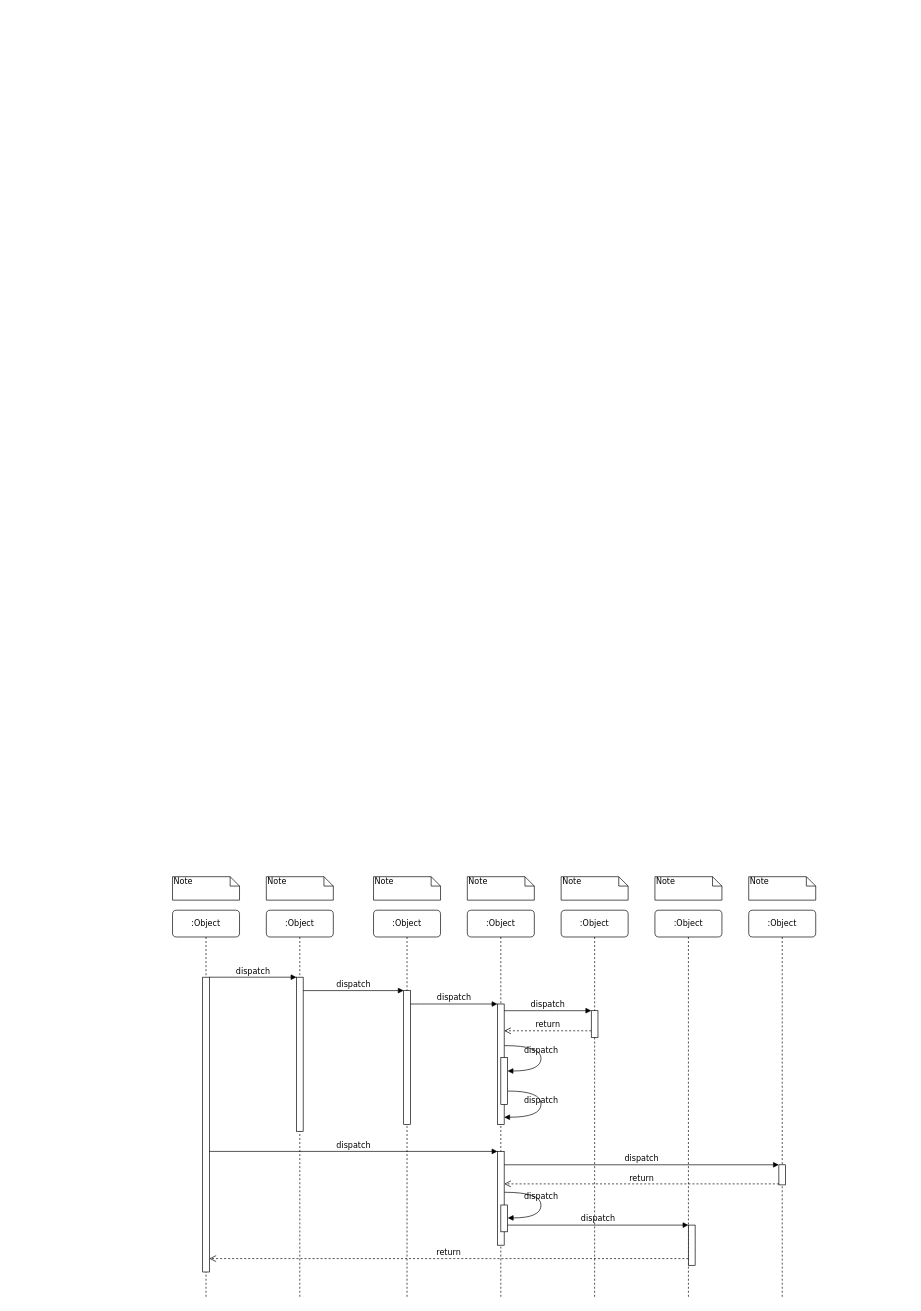
Before: login.drawio in RollwayBourne/draw, a draw.io diagram. Source tidied: cells renumbered, new cells numbered last; positions are measured from the earlier drawing's top-left corner, leaving out a move shared by most shapes. Both pictures are drawn from the tidied source at 67%, with x=0, y=0 at pixel (172, 876).
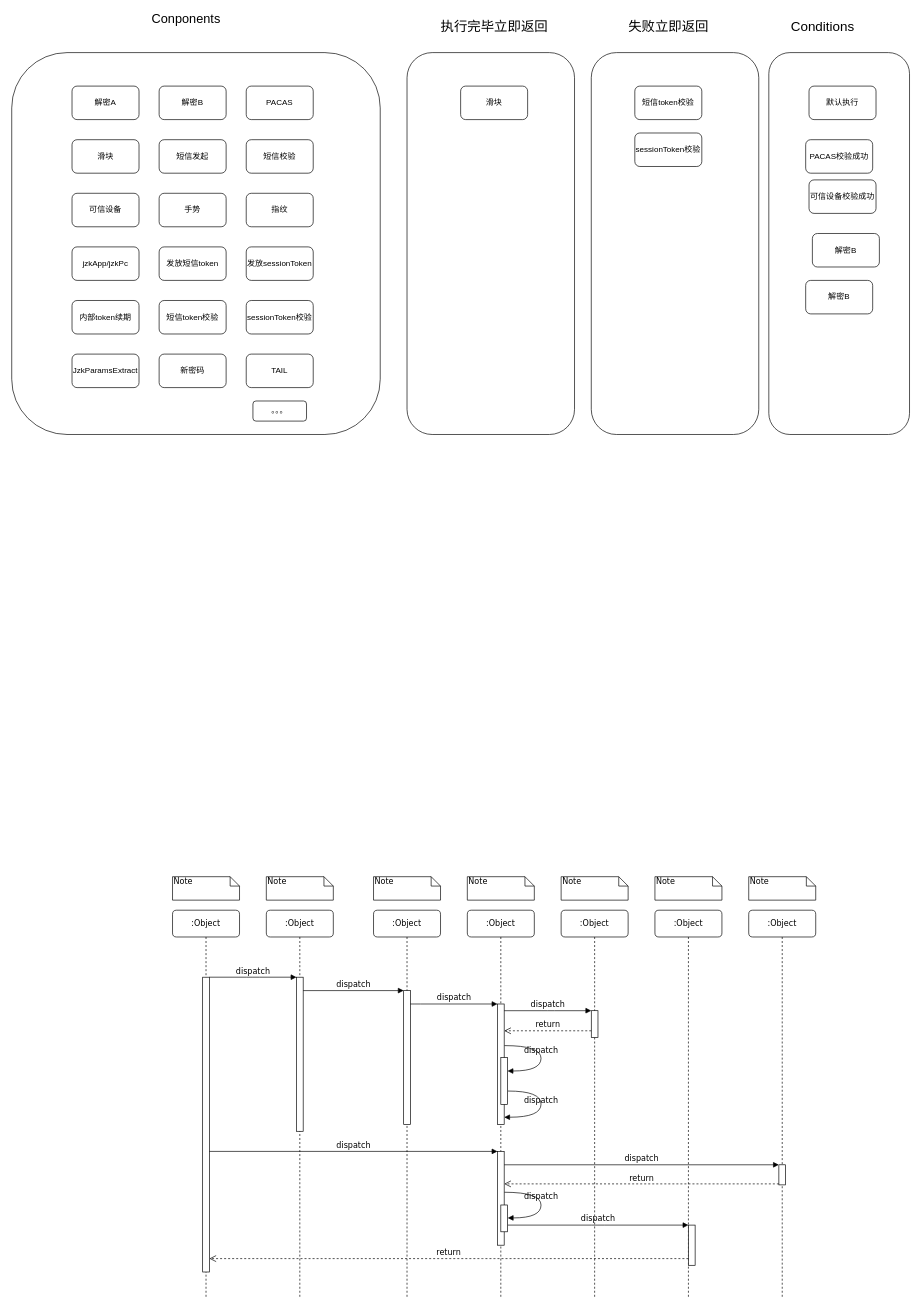
Above is the later version.

Change to the diagram source:
```diff
@@
+    <mxCell id="39" style="rounded=1;whiteSpace=wrap;html=1;" parent="1" vertex="1">
+      <mxGeometry x="-240" y="-1230" width="550" height="570" as="geometry" />
+    </mxCell>
+    <mxCell id="40" value="解密A" style="rounded=1;whiteSpace=wrap;html=1;" parent="1" vertex="1">
+      <mxGeometry x="-150" y="-1180" width="100" height="50" as="geometry" />
+    </mxCell>
+    <mxCell id="41" value="短信校验" style="rounded=1;whiteSpace=wrap;html=1;" parent="1" vertex="1">
+      <mxGeometry x="110" y="-1100" width="100" height="50" as="geometry" />
+    </mxCell>
+    <mxCell id="42" value="滑块" style="rounded=1;whiteSpace=wrap;html=1;" parent="1" vertex="1">
+      <mxGeometry x="-150" y="-1100" width="100" height="50" as="geometry" />
+    </mxCell>
+    <mxCell id="43" value="解密B" style="rounded=1;whiteSpace=wrap;html=1;" parent="1" vertex="1">
+      <mxGeometry x="-20" y="-1180" width="100" height="50" as="geometry" />
+    </mxCell>
+    <mxCell id="44" value="PACAS" style="rounded=1;whiteSpace=wrap;html=1;" parent="1" vertex="1">
+      <mxGeometry x="110" y="-1180" width="100" height="50" as="geometry" />
+    </mxCell>
+    <mxCell id="45" value="jzkApp/jzkPc" style="rounded=1;whiteSpace=wrap;html=1;" parent="1" vertex="1">
+      <mxGeometry x="-150" y="-940" width="100" height="50" as="geometry" />
+    </mxCell>
+    <mxCell id="46" value="指纹" style="rounded=1;whiteSpace=wrap;html=1;" parent="1" vertex="1">
+      <mxGeometry x="110" y="-1020" width="100" height="50" as="geometry" />
+    </mxCell>
+    <mxCell id="47" value="可信设备" style="rounded=1;whiteSpace=wrap;html=1;" parent="1" vertex="1">
+      <mxGeometry x="-150" y="-1020" width="100" height="50" as="geometry" />
+    </mxCell>
+    <mxCell id="48" value="短信发起" style="rounded=1;whiteSpace=wrap;html=1;" parent="1" vertex="1">
+      <mxGeometry x="-20" y="-1100" width="100" height="50" as="geometry" />
+    </mxCell>
+    <mxCell id="49" value="手势" style="rounded=1;whiteSpace=wrap;html=1;" parent="1" vertex="1">
+      <mxGeometry x="-20" y="-1020" width="100" height="50" as="geometry" />
+    </mxCell>
+    <mxCell id="50" value="发放短信token" style="rounded=1;whiteSpace=wrap;html=1;" parent="1" vertex="1">
+      <mxGeometry x="-20" y="-940" width="100" height="50" as="geometry" />
+    </mxCell>
+    <mxCell id="51" value="发放sessionToken" style="rounded=1;whiteSpace=wrap;html=1;" parent="1" vertex="1">
+      <mxGeometry x="110" y="-940" width="100" height="50" as="geometry" />
+    </mxCell>
+    <mxCell id="52" value="短信token校验" style="rounded=1;whiteSpace=wrap;html=1;" parent="1" vertex="1">
+      <mxGeometry x="-20" y="-860" width="100" height="50" as="geometry" />
+    </mxCell>
+    <mxCell id="53" value="内部token续期" style="rounded=1;whiteSpace=wrap;html=1;" parent="1" vertex="1">
+      <mxGeometry x="-150" y="-860" width="100" height="50" as="geometry" />
+    </mxCell>
+    <mxCell id="54" value="sessionToken校验" style="rounded=1;whiteSpace=wrap;html=1;" parent="1" vertex="1">
+      <mxGeometry x="110" y="-860" width="100" height="50" as="geometry" />
+    </mxCell>
+    <mxCell id="55" value="&lt;font style=&quot;font-size: 19px&quot;&gt;Conponents&lt;/font&gt;" style="text;html=1;align=center;verticalAlign=middle;strokeColor=none;" parent="1" vertex="1">
+      <mxGeometry x="-40" y="-1290" width="120" height="20" as="geometry" />
+    </mxCell>
+    <mxCell id="56" value="JzkParamsExtract" style="rounded=1;whiteSpace=wrap;html=1;" parent="1" vertex="1">
+      <mxGeometry x="-150" y="-780" width="100" height="50" as="geometry" />
+    </mxCell>
+    <mxCell id="57" value="新密码" style="rounded=1;whiteSpace=wrap;html=1;" parent="1" vertex="1">
+      <mxGeometry x="-20" y="-780" width="100" height="50" as="geometry" />
+    </mxCell>
+    <mxCell id="58" value="TAIL" style="rounded=1;whiteSpace=wrap;html=1;" parent="1" vertex="1">
+      <mxGeometry x="110" y="-780" width="100" height="50" as="geometry" />
+    </mxCell>
+    <mxCell id="59" style="rounded=1;whiteSpace=wrap;html=1;" parent="1" vertex="1">
+      <mxGeometry x="890" y="-1230" width="210" height="570" as="geometry" />
+    </mxCell>
+    <mxCell id="60" value="&lt;font style=&quot;font-size: 20px&quot;&gt;Conditions&lt;/font&gt;" style="text;html=1;align=center;verticalAlign=middle;strokeColor=none;" parent="1" vertex="1">
+      <mxGeometry x="915" y="-1280" width="110" height="20" as="geometry" />
+    </mxCell>
+    <mxCell id="61" value="PACAS校验成功" style="rounded=1;whiteSpace=wrap;html=1;" parent="1" vertex="1">
+      <mxGeometry x="945" y="-1100" width="100" height="50" as="geometry" />
+    </mxCell>
+    <mxCell id="62" value="可信设备校验成功" style="rounded=1;whiteSpace=wrap;html=1;" parent="1" vertex="1">
+      <mxGeometry x="950" y="-1040" width="100" height="50" as="geometry" />
+    </mxCell>
+    <mxCell id="63" value="解密B" style="rounded=1;whiteSpace=wrap;html=1;" parent="1" vertex="1">
+      <mxGeometry x="955" y="-960" width="100" height="50" as="geometry" />
+    </mxCell>
+    <mxCell id="64" value="默认执行" style="rounded=1;whiteSpace=wrap;html=1;" parent="1" vertex="1">
+      <mxGeometry x="950" y="-1180" width="100" height="50" as="geometry" />
+    </mxCell>
+    <mxCell id="65" value="解密B" style="rounded=1;whiteSpace=wrap;html=1;" parent="1" vertex="1">
+      <mxGeometry x="945" y="-890" width="100" height="50" as="geometry" />
+    </mxCell>
+    <mxCell id="66" style="rounded=1;whiteSpace=wrap;html=1;" parent="1" vertex="1">
+      <mxGeometry x="350" y="-1230" width="250" height="570" as="geometry" />
+    </mxCell>
+    <mxCell id="67" value="&lt;span style=&quot;font-size: 20px&quot;&gt;执行完毕立即返回&lt;/span&gt;" style="text;html=1;align=center;verticalAlign=middle;strokeColor=none;" parent="1" vertex="1">
+      <mxGeometry x="390" y="-1280" width="180" height="20" as="geometry" />
+    </mxCell>
+    <mxCell id="68" value="滑块" style="rounded=1;whiteSpace=wrap;html=1;" parent="1" vertex="1">
+      <mxGeometry x="430" y="-1180" width="100" height="50" as="geometry" />
+    </mxCell>
+    <mxCell id="69" style="rounded=1;whiteSpace=wrap;html=1;" parent="1" vertex="1">
+      <mxGeometry x="625" y="-1230" width="250" height="570" as="geometry" />
+    </mxCell>
+    <mxCell id="70" value="&lt;span style=&quot;font-size: 20px&quot;&gt;失败立即返回&lt;/span&gt;" style="text;html=1;align=center;verticalAlign=middle;strokeColor=none;" parent="1" vertex="1">
+      <mxGeometry x="670" y="-1280" width="140" height="20" as="geometry" />
+    </mxCell>
+    <mxCell id="71" value="短信token校验" style="rounded=1;whiteSpace=wrap;html=1;" parent="1" vertex="1">
+      <mxGeometry x="690" y="-1180" width="100" height="50" as="geometry" />
+    </mxCell>
+    <mxCell id="72" value="sessionToken校验" style="rounded=1;whiteSpace=wrap;html=1;" parent="1" vertex="1">
+      <mxGeometry x="690" y="-1110" width="100" height="50" as="geometry" />
+    </mxCell>
+    <mxCell id="73" value="。。。" style="rounded=1;whiteSpace=wrap;html=1;" parent="1" vertex="1">
+      <mxGeometry x="120" y="-710" width="80" height="30" as="geometry" />
+    </mxCell>
```
